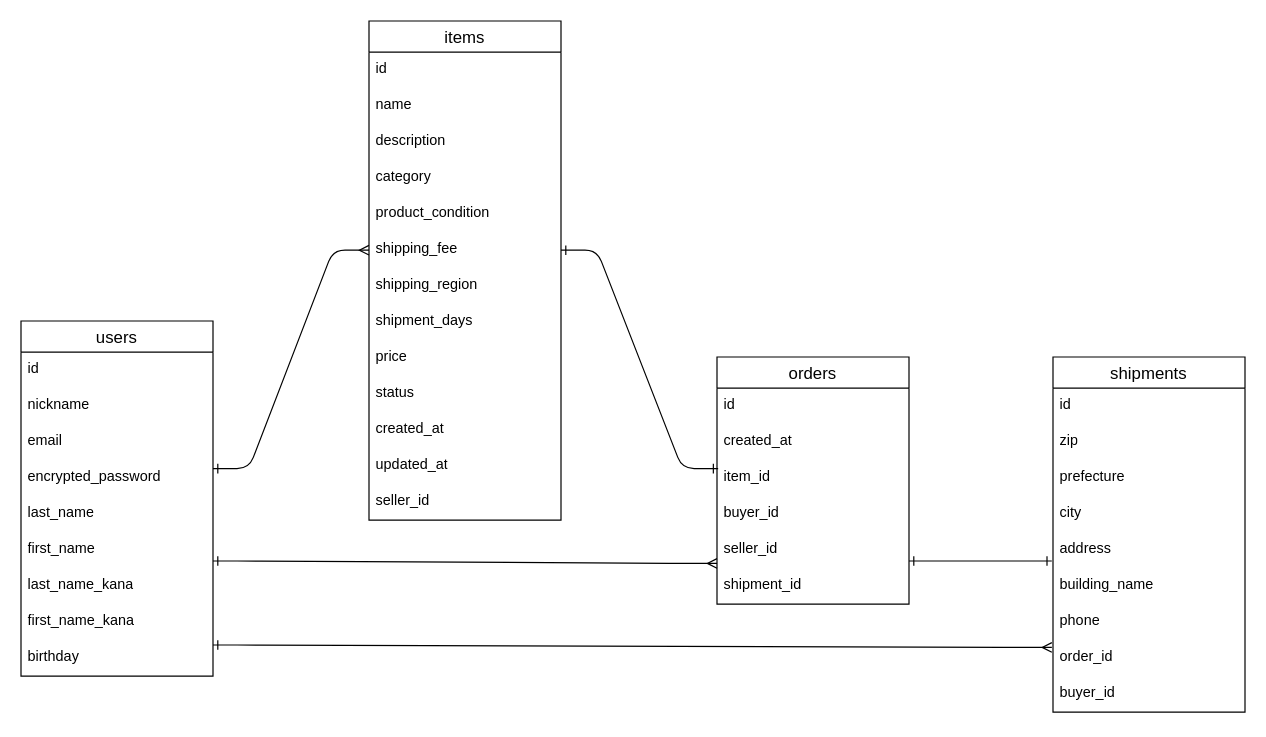
The draw.io diagram ER.dio in koharin55/furima-46121, before the edit. Source tidied: cells renumbered, new cells numbered last; positions are measured from the earlier drawing's top-left corner, leaving out a move shared by most shapes. Both pictures are drawn from the tidied source at 120%, with x=0, y=0 at pixel (20, 20).
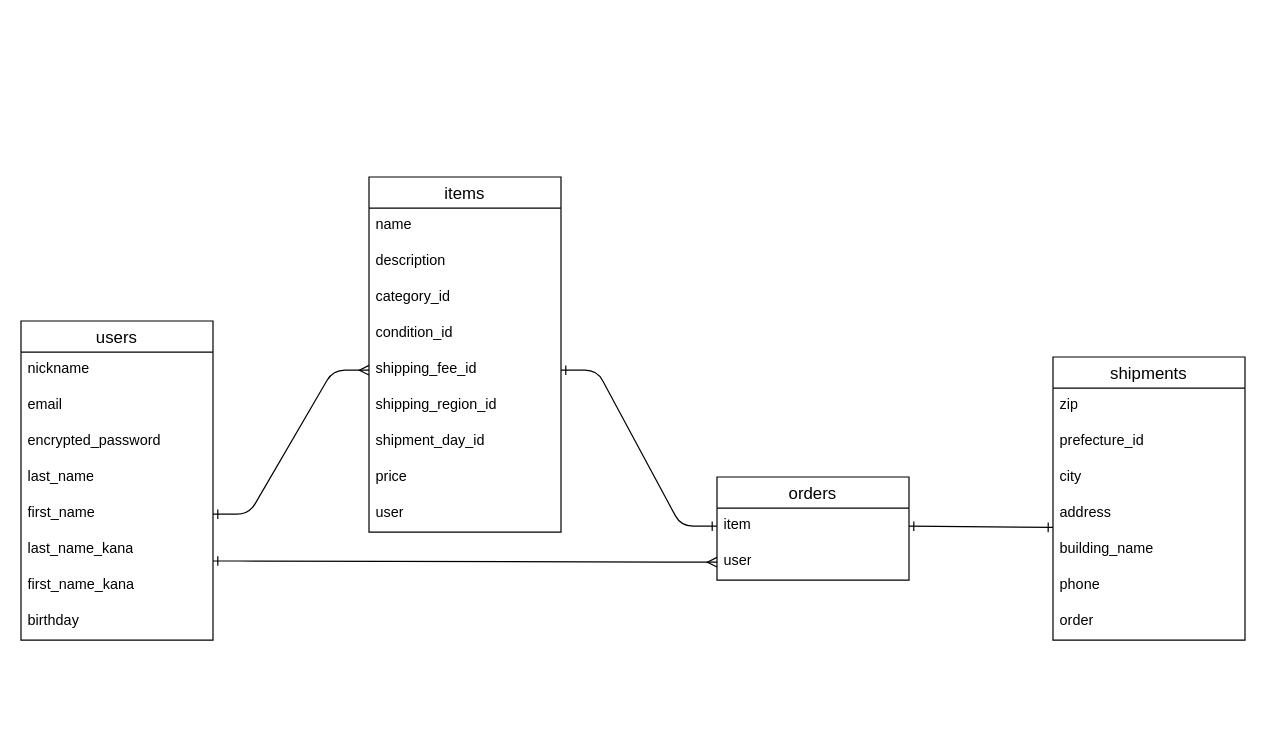
Above is the later version.

What changed in the source:
```diff
@@
     <mxCell id="2" value="users" style="swimlane;fontStyle=0;horizontal=1;startSize=26;align=center;fontSize=14;" parent="1" vertex="1">
-      <mxGeometry y="250" width="160" height="296" as="geometry" />
+      <mxGeometry y="250" width="160" height="266" as="geometry" />
     </mxCell>
-    <mxCell id="3" value="id" style="text;strokeColor=none;fillColor=none;spacingLeft=4;spacingRight=4;overflow=hidden;fontSize=12;whiteSpace=wrap;html=1;" parent="2" vertex="1">
-      <mxGeometry y="26" width="160" height="30" as="geometry" />
-    </mxCell>
     <mxCell id="4" value="nickname" style="text;strokeColor=none;fillColor=none;spacingLeft=4;spacingRight=4;overflow=hidden;fontSize=12;whiteSpace=wrap;html=1;" parent="2" vertex="1">
-      <mxGeometry y="56" width="160" height="30" as="geometry" />
+      <mxGeometry y="26" width="160" height="30" as="geometry" />
     </mxCell>
     <mxCell id="5" value="email" style="text;strokeColor=none;fillColor=none;spacingLeft=4;spacingRight=4;overflow=hidden;fontSize=12;whiteSpace=wrap;html=1;" parent="2" vertex="1">
-      <mxGeometry y="86" width="160" height="30" as="geometry" />
+      <mxGeometry y="56" width="160" height="30" as="geometry" />
     </mxCell>
     <mxCell id="6" value="encrypted_password" style="text;strokeColor=none;fillColor=none;spacingLeft=4;spacingRight=4;overflow=hidden;points=[[0,0.5],[1,0.5]];portConstraint=eastwest;fontSize=12;whiteSpace=wrap;html=1;" parent="2" vertex="1">
-      <mxGeometry y="116" width="160" height="30" as="geometry" />
+      <mxGeometry y="86" width="160" height="30" as="geometry" />
     </mxCell>
     <mxCell id="7" value="last_name" style="text;strokeColor=none;fillColor=none;spacingLeft=4;spacingRight=4;overflow=hidden;fontSize=12;whiteSpace=wrap;html=1;" parent="2" vertex="1">
-      <mxGeometry y="146" width="160" height="30" as="geometry" />
+      <mxGeometry y="116" width="160" height="30" as="geometry" />
     </mxCell>
     <mxCell id="8" value="first_name" style="text;strokeColor=none;fillColor=none;spacingLeft=4;spacingRight=4;overflow=hidden;points=[[0,0.5],[1,0.5]];portConstraint=eastwest;fontSize=12;whiteSpace=wrap;html=1;" parent="2" vertex="1">
-      <mxGeometry y="176" width="160" height="30" as="geometry" />
+      <mxGeometry y="146" width="160" height="30" as="geometry" />
     </mxCell>
     <mxCell id="9" value="last_name_kana" style="text;strokeColor=none;fillColor=none;spacingLeft=4;spacingRight=4;overflow=hidden;fontSize=12;whiteSpace=wrap;html=1;" parent="2" vertex="1">
-      <mxGeometry y="206" width="160" height="30" as="geometry" />
+      <mxGeometry y="176" width="160" height="30" as="geometry" />
     </mxCell>
     <mxCell id="10" value="first_name_kana" style="text;strokeColor=none;fillColor=none;spacingLeft=4;spacingRight=4;overflow=hidden;fontSize=12;whiteSpace=wrap;html=1;" parent="2" vertex="1">
-      <mxGeometry y="236" width="160" height="30" as="geometry" />
+      <mxGeometry y="206" width="160" height="30" as="geometry" />
     </mxCell>
     <mxCell id="11" value="birthday" style="text;strokeColor=none;fillColor=none;spacingLeft=4;spacingRight=4;overflow=hidden;fontSize=12;whiteSpace=wrap;html=1;" parent="2" vertex="1">
-      <mxGeometry y="266" width="160" height="30" as="geometry" />
+      <mxGeometry y="236" width="160" height="30" as="geometry" />
     </mxCell>
     <mxCell id="12" value="items" style="swimlane;fontStyle=0;horizontal=1;startSize=26;align=center;fontSize=14;" parent="1" vertex="1">
-      <mxGeometry x="290" width="160" height="416" as="geometry" />
+      <mxGeometry x="290" y="130" width="160" height="296" as="geometry" />
     </mxCell>
-    <mxCell id="13" value="id" style="text;strokeColor=none;fillColor=none;spacingLeft=4;spacingRight=4;overflow=hidden;fontSize=12;whiteSpace=wrap;html=1;" parent="12" vertex="1">
-      <mxGeometry y="26" width="160" height="30" as="geometry" />
-    </mxCell>
     <mxCell id="14" value="name" style="text;strokeColor=none;fillColor=none;spacingLeft=4;spacingRight=4;overflow=hidden;fontSize=12;whiteSpace=wrap;html=1;" parent="12" vertex="1">
-      <mxGeometry y="56" width="160" height="30" as="geometry" />
+      <mxGeometry y="26" width="160" height="30" as="geometry" />
     </mxCell>
     <mxCell id="15" value="description" style="text;strokeColor=none;fillColor=none;spacingLeft=4;spacingRight=4;overflow=hidden;fontSize=12;whiteSpace=wrap;html=1;" parent="12" vertex="1">
-      <mxGeometry y="86" width="160" height="30" as="geometry" />
+      <mxGeometry y="56" width="160" height="30" as="geometry" />
     </mxCell>
-    <mxCell id="16" value="category" style="text;strokeColor=none;fillColor=none;spacingLeft=4;spacingRight=4;overflow=hidden;fontSize=12;whiteSpace=wrap;html=1;" parent="12" vertex="1">
-      <mxGeometry y="116" width="160" height="30" as="geometry" />
+    <mxCell id="16" value="category_id" style="text;strokeColor=none;fillColor=none;spacingLeft=4;spacingRight=4;overflow=hidden;fontSize=12;whiteSpace=wrap;html=1;" parent="12" vertex="1">
+      <mxGeometry y="86" width="160" height="30" as="geometry" />
     </mxCell>
-    <mxCell id="17" value="product_condition" style="text;strokeColor=none;fillColor=none;spacingLeft=4;spacingRight=4;overflow=hidden;fontSize=12;whiteSpace=wrap;html=1;" parent="12" vertex="1">
-      <mxGeometry y="146" width="160" height="30" as="geometry" />
+    <mxCell id="17" value="condition_id" style="text;strokeColor=none;fillColor=none;spacingLeft=4;spacingRight=4;overflow=hidden;fontSize=12;whiteSpace=wrap;html=1;" parent="12" vertex="1">
+      <mxGeometry y="116" width="160" height="30" as="geometry" />
     </mxCell>
-    <mxCell id="18" value="shipping_fee" style="text;strokeColor=none;fillColor=none;spacingLeft=4;spacingRight=4;overflow=hidden;points=[[0,0.5],[1,0.5]];portConstraint=eastwest;fontSize=12;whiteSpace=wrap;html=1;" parent="12" vertex="1">
-      <mxGeometry y="176" width="160" height="30" as="geometry" />
+    <mxCell id="18" value="shipping_fee_id" style="text;strokeColor=none;fillColor=none;spacingLeft=4;spacingRight=4;overflow=hidden;points=[[0,0.5],[1,0.5]];portConstraint=eastwest;fontSize=12;whiteSpace=wrap;html=1;" parent="12" vertex="1">
+      <mxGeometry y="146" width="160" height="30" as="geometry" />
     </mxCell>
-    <mxCell id="19" value="shipping_region" style="text;strokeColor=none;fillColor=none;spacingLeft=4;spacingRight=4;overflow=hidden;fontSize=12;whiteSpace=wrap;html=1;" parent="12" vertex="1">
-      <mxGeometry y="206" width="160" height="30" as="geometry" />
+    <mxCell id="19" value="shipping_region_id" style="text;strokeColor=none;fillColor=none;spacingLeft=4;spacingRight=4;overflow=hidden;fontSize=12;whiteSpace=wrap;html=1;" parent="12" vertex="1">
+      <mxGeometry y="176" width="160" height="30" as="geometry" />
     </mxCell>
-    <mxCell id="20" value="shipment_days" style="text;strokeColor=none;fillColor=none;spacingLeft=4;spacingRight=4;overflow=hidden;fontSize=12;whiteSpace=wrap;html=1;" parent="12" vertex="1">
-      <mxGeometry y="236" width="160" height="30" as="geometry" />
+    <mxCell id="20" value="shipment_day_id" style="text;strokeColor=none;fillColor=none;spacingLeft=4;spacingRight=4;overflow=hidden;fontSize=12;whiteSpace=wrap;html=1;" parent="12" vertex="1">
+      <mxGeometry y="206" width="160" height="30" as="geometry" />
     </mxCell>
     <mxCell id="21" value="price" style="text;strokeColor=none;fillColor=none;spacingLeft=4;spacingRight=4;overflow=hidden;fontSize=12;whiteSpace=wrap;html=1;" parent="12" vertex="1">
-      <mxGeometry y="266" width="160" height="30" as="geometry" />
+      <mxGeometry y="236" width="160" height="30" as="geometry" />
     </mxCell>
-    <mxCell id="22" value="status" style="text;strokeColor=none;fillColor=none;spacingLeft=4;spacingRight=4;overflow=hidden;fontSize=12;whiteSpace=wrap;html=1;" parent="12" vertex="1">
-      <mxGeometry y="296" width="160" height="30" as="geometry" />
-    </mxCell>
-    <mxCell id="23" value="created_at" style="text;strokeColor=none;fillColor=none;spacingLeft=4;spacingRight=4;overflow=hidden;fontSize=12;whiteSpace=wrap;html=1;" parent="12" vertex="1">
-      <mxGeometry y="326" width="160" height="30" as="geometry" />
-    </mxCell>
-    <mxCell id="24" value="updated_at" style="text;strokeColor=none;fillColor=none;spacingLeft=4;spacingRight=4;overflow=hidden;fontSize=12;whiteSpace=wrap;html=1;" parent="12" vertex="1">
-      <mxGeometry y="356" width="160" height="30" as="geometry" />
-    </mxCell>
-    <mxCell id="25" value="seller_id" style="text;strokeColor=none;fillColor=none;spacingLeft=4;spacingRight=4;overflow=hidden;fontSize=12;whiteSpace=wrap;html=1;" parent="12" vertex="1">
-      <mxGeometry y="386" width="160" height="30" as="geometry" />
+    <mxCell id="25" value="user" style="text;strokeColor=none;fillColor=none;spacingLeft=4;spacingRight=4;overflow=hidden;fontSize=12;whiteSpace=wrap;html=1;" parent="12" vertex="1">
+      <mxGeometry y="266" width="160" height="30" as="geometry" />
     </mxCell>
     <mxCell id="26" value="orders" style="swimlane;fontStyle=0;horizontal=1;startSize=26;align=center;fontSize=14;" parent="1" vertex="1">
-      <mxGeometry x="580" y="280" width="160" height="206" as="geometry" />
+      <mxGeometry x="580" y="380" width="160" height="86" as="geometry" />
     </mxCell>
-    <mxCell id="27" value="id" style="text;strokeColor=none;fillColor=none;spacingLeft=4;spacingRight=4;overflow=hidden;fontSize=12;whiteSpace=wrap;html=1;" parent="26" vertex="1">
-      <mxGeometry y="26" width="160" height="30" as="geometry" />
-    </mxCell>
-    <mxCell id="28" value="created_at" style="text;strokeColor=none;fillColor=none;spacingLeft=4;spacingRight=4;overflow=hidden;fontSize=12;whiteSpace=wrap;html=1;" parent="26" vertex="1">
-      <mxGeometry y="56" width="160" height="30" as="geometry" />
-    </mxCell>
-    <mxCell id="29" value="item_id" style="text;strokeColor=none;fillColor=none;spacingLeft=4;spacingRight=4;overflow=hidden;points=[[0,0.5],[1,0.5]];portConstraint=eastwest;fontSize=12;whiteSpace=wrap;html=1;" parent="26" vertex="1">
-      <mxGeometry y="86" width="160" height="30" as="geometry" />
+    <mxCell id="29" value="item" style="text;strokeColor=none;fillColor=none;spacingLeft=4;spacingRight=4;overflow=hidden;points=[[0,0.5],[1,0.5]];portConstraint=eastwest;fontSize=12;whiteSpace=wrap;html=1;" parent="26" vertex="1">
+      <mxGeometry y="26" width="160" height="30" as="geometry" />
     </mxCell>
-    <mxCell id="30" value="buyer_id" style="text;strokeColor=none;fillColor=none;spacingLeft=4;spacingRight=4;overflow=hidden;fontSize=12;whiteSpace=wrap;html=1;" parent="26" vertex="1">
-      <mxGeometry y="116" width="160" height="30" as="geometry" />
-    </mxCell>
-    <mxCell id="31" value="seller_id" style="text;strokeColor=none;fillColor=none;spacingLeft=4;spacingRight=4;overflow=hidden;points=[[0,0.5],[1,0.5]];portConstraint=eastwest;fontSize=12;whiteSpace=wrap;html=1;" parent="26" vertex="1">
-      <mxGeometry y="146" width="160" height="30" as="geometry" />
-    </mxCell>
-    <mxCell id="32" value="shipment_id" style="text;strokeColor=none;fillColor=none;spacingLeft=4;spacingRight=4;overflow=hidden;fontSize=12;whiteSpace=wrap;html=1;" parent="26" vertex="1">
-      <mxGeometry y="176" width="160" height="30" as="geometry" />
-    </mxCell>
+    <mxCell id="48" value="user" style="text;strokeColor=none;fillColor=none;spacingLeft=4;spacingRight=4;overflow=hidden;points=[[0,0.5],[1,0.5]];portConstraint=eastwest;fontSize=12;whiteSpace=wrap;html=1;" parent="26" vertex="1">
+      <mxGeometry y="56" width="160" height="30" as="geometry" />
+    </mxCell>
     <mxCell id="33" value="shipments" style="swimlane;fontStyle=0;horizontal=1;startSize=26;align=center;fontSize=14;" parent="1" vertex="1">
-      <mxGeometry x="860" y="280" width="160" height="296" as="geometry" />
+      <mxGeometry x="860" y="280" width="160" height="236" as="geometry" />
     </mxCell>
-    <mxCell id="34" value="id" style="text;strokeColor=none;fillColor=none;spacingLeft=4;spacingRight=4;overflow=hidden;fontSize=12;whiteSpace=wrap;html=1;" parent="33" vertex="1">
-      <mxGeometry y="26" width="160" height="30" as="geometry" />
-    </mxCell>
     <mxCell id="35" value="zip" style="text;strokeColor=none;fillColor=none;spacingLeft=4;spacingRight=4;overflow=hidden;fontSize=12;whiteSpace=wrap;html=1;" parent="33" vertex="1">
-      <mxGeometry y="56" width="160" height="30" as="geometry" />
+      <mxGeometry y="26" width="160" height="30" as="geometry" />
     </mxCell>
-    <mxCell id="36" value="prefecture" style="text;strokeColor=none;fillColor=none;spacingLeft=4;spacingRight=4;overflow=hidden;fontSize=12;whiteSpace=wrap;html=1;" parent="33" vertex="1">
-      <mxGeometry y="86" width="160" height="30" as="geometry" />
+    <mxCell id="36" value="prefecture_id" style="text;strokeColor=none;fillColor=none;spacingLeft=4;spacingRight=4;overflow=hidden;fontSize=12;whiteSpace=wrap;html=1;" parent="33" vertex="1">
+      <mxGeometry y="56" width="160" height="30" as="geometry" />
     </mxCell>
     <mxCell id="37" value="city" style="text;strokeColor=none;fillColor=none;spacingLeft=4;spacingRight=4;overflow=hidden;fontSize=12;whiteSpace=wrap;html=1;" parent="33" vertex="1">
-      <mxGeometry y="116" width="160" height="30" as="geometry" />
+      <mxGeometry y="86" width="160" height="30" as="geometry" />
     </mxCell>
     <mxCell id="38" value="address" style="text;strokeColor=none;fillColor=none;spacingLeft=4;spacingRight=4;overflow=hidden;points=[[0,0.5],[1,0.5]];portConstraint=eastwest;fontSize=12;whiteSpace=wrap;html=1;" parent="33" vertex="1">
-      <mxGeometry y="146" width="160" height="30" as="geometry" />
+      <mxGeometry y="116" width="160" height="30" as="geometry" />
     </mxCell>
     <mxCell id="39" value="building_name" style="text;strokeColor=none;fillColor=none;spacingLeft=4;spacingRight=4;overflow=hidden;fontSize=12;whiteSpace=wrap;html=1;" parent="33" vertex="1">
-      <mxGeometry y="176" width="160" height="30" as="geometry" />
+      <mxGeometry y="146" width="160" height="30" as="geometry" />
     </mxCell>
     <mxCell id="40" value="phone" style="text;strokeColor=none;fillColor=none;spacingLeft=4;spacingRight=4;overflow=hidden;fontSize=12;whiteSpace=wrap;html=1;" parent="33" vertex="1">
-      <mxGeometry y="206" width="160" height="30" as="geometry" />
+      <mxGeometry y="176" width="160" height="30" as="geometry" />
     </mxCell>
-    <mxCell id="41" value="order_id" style="text;strokeColor=none;fillColor=none;spacingLeft=4;spacingRight=4;overflow=hidden;points=[[0,0.5],[1,0.5]];portConstraint=eastwest;fontSize=12;whiteSpace=wrap;html=1;" parent="33" vertex="1">
-      <mxGeometry y="236" width="160" height="30" as="geometry" />
+    <mxCell id="41" value="order" style="text;strokeColor=none;fillColor=none;spacingLeft=4;spacingRight=4;overflow=hidden;points=[[0,0.5],[1,0.5]];portConstraint=eastwest;fontSize=12;whiteSpace=wrap;html=1;" parent="33" vertex="1">
+      <mxGeometry y="206" width="160" height="30" as="geometry" />
     </mxCell>
-    <mxCell id="42" value="buyer_id" style="text;strokeColor=none;fillColor=none;spacingLeft=4;spacingRight=4;overflow=hidden;fontSize=12;whiteSpace=wrap;html=1;" parent="33" vertex="1">
-      <mxGeometry y="266" width="160" height="30" as="geometry" />
-    </mxCell>
-    <mxCell id="43" style="edgeStyle=none;html=1;endArrow=ERone;endFill=0;startArrow=ERone;startFill=0;exitX=1;exitY=0.8;exitDx=0;exitDy=0;exitPerimeter=0;" parent="1" edge="1" source="31">
-      <mxGeometry relative="1" as="geometry">
-        <mxPoint x="859" y="450" as="targetPoint" />
-      </mxGeometry>
+    <mxCell id="43" style="edgeStyle=none;html=1;endArrow=ERone;endFill=0;startArrow=ERone;startFill=0;exitX=1;exitY=0.5;exitDx=0;exitDy=0;entryX=0;entryY=0.867;entryDx=0;entryDy=0;entryPerimeter=0;" parent="1" edge="1" source="29" target="38">
+      <mxGeometry relative="1" as="geometry" />
     </mxCell>
-    <mxCell id="44" style="edgeStyle=entityRelationEdgeStyle;fontSize=12;html=1;endArrow=ERmany;endFill=0;entryX=0;entryY=0.5;entryDx=0;entryDy=0;exitX=1;exitY=0.233;exitDx=0;exitDy=0;startArrow=ERone;startFill=0;exitPerimeter=0;" parent="1" edge="1" source="6" target="18">
+    <mxCell id="44" style="edgeStyle=entityRelationEdgeStyle;fontSize=12;html=1;endArrow=ERmany;endFill=0;entryX=0;entryY=0.5;entryDx=0;entryDy=0;startArrow=ERone;startFill=0;exitX=1;exitY=0.5;exitDx=0;exitDy=0;" parent="1" edge="1" source="8" target="18">
       <mxGeometry relative="1" as="geometry" />
     </mxCell>
-    <mxCell id="45" style="edgeStyle=entityRelationEdgeStyle;fontSize=12;html=1;endArrow=ERmany;endFill=0;entryX=0;entryY=0.233;entryDx=0;entryDy=0;exitX=1;exitY=0.5;exitDx=0;exitDy=0;startArrow=ERone;startFill=0;entryPerimeter=0;" parent="1" edge="1">
+    <mxCell id="45" style="edgeStyle=entityRelationEdgeStyle;fontSize=12;html=1;endArrow=ERmany;endFill=0;exitX=1;exitY=0.5;exitDx=0;exitDy=0;startArrow=ERone;startFill=0;entryX=0;entryY=0.5;entryDx=0;entryDy=0;" parent="1" edge="1" target="48">
       <mxGeometry relative="1" as="geometry">
         <mxPoint x="160" y="450" as="sourcePoint" />
-        <mxPoint x="580" y="452" as="targetPoint" />
       </mxGeometry>
     </mxCell>
-    <mxCell id="46" style="edgeStyle=entityRelationEdgeStyle;fontSize=12;html=1;endArrow=ERone;startArrow=ERone;exitX=1;exitY=0.5;exitDx=0;exitDy=0;entryX=0.006;entryY=0.233;entryDx=0;entryDy=0;startFill=0;endFill=0;entryPerimeter=0;" parent="1" edge="1" source="18" target="29">
+    <mxCell id="46" style="edgeStyle=entityRelationEdgeStyle;fontSize=12;html=1;endArrow=ERone;startArrow=ERone;exitX=1;exitY=0.5;exitDx=0;exitDy=0;startFill=0;endFill=0;entryX=0;entryY=0.5;entryDx=0;entryDy=0;" parent="1" edge="1" source="18" target="29">
       <mxGeometry relative="1" as="geometry" />
     </mxCell>
-    <mxCell id="47" style="edgeStyle=entityRelationEdgeStyle;fontSize=12;html=1;endArrow=ERmany;startArrow=ERone;entryX=-0.006;entryY=0.2;entryDx=0;entryDy=0;entryPerimeter=0;startFill=0;endFill=0;" parent="1" edge="1" target="41">
-      <mxGeometry relative="1" as="geometry">
-        <mxPoint x="160" y="520" as="sourcePoint" />
-      </mxGeometry>
-    </mxCell>
```
